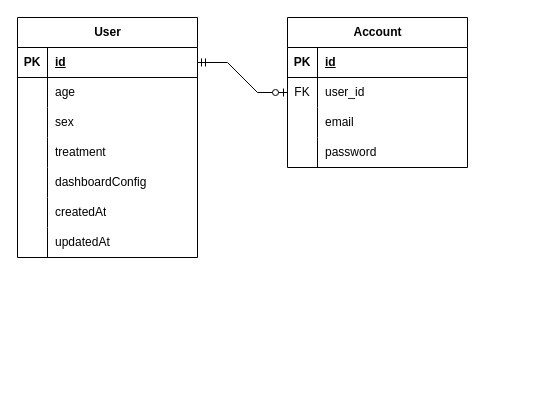
checkpoint214159/MGC2025 keeps this draw.io diagram as my-llm-app-demo/database_diagram.drawio. Above is the earlier version. Source tidied: cells renumbered, new cells numbered last; positions are measured from the earlier drawing's top-left corner, leaving out a move shared by most shapes. Both pictures are drawn from the tidied source at 100%, with x=0, y=0 at pixel (17, 17).
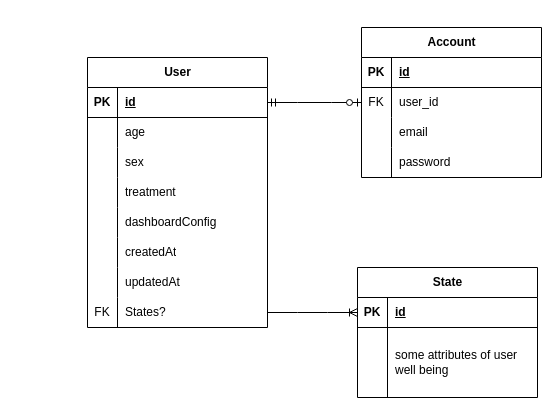
The same page after the edit.

What changed in the source:
```diff
@@
     <mxCell id="2" value="User" style="shape=table;startSize=30;childLayout=tableLayout;rowLines=0;fontStyle=1;align=center;html=1;" parent="1" vertex="1">
-      <mxGeometry width="180" height="240" as="geometry" />
+      <mxGeometry x="70" y="40" width="180" height="270" as="geometry" />
     </mxCell>
@@
+    <mxCell id="38" style="shape=tableRow;horizontal=0;startSize=0;swimlaneHead=0;swimlaneBody=0;fillColor=none;points=[[0,0.5],[1,0.5]];portConstraint=eastwest;top=0;left=0;right=0;bottom=0;" parent="2" vertex="1">
+      <mxGeometry y="240" width="180" height="30" as="geometry" />
+    </mxCell>
+    <mxCell id="39" value="FK" style="shape=partialRectangle;fillColor=none;top=0;left=0;bottom=0;right=0;overflow=hidden;whiteSpace=wrap;html=1;" parent="38" vertex="1">
+      <mxGeometry width="30" height="30" as="geometry" />
+    </mxCell>
+    <mxCell id="40" value="States?" style="shape=partialRectangle;fillColor=none;top=0;left=0;bottom=0;right=0;align=left;spacingLeft=6;overflow=hidden;whiteSpace=wrap;html=1;" parent="38" vertex="1">
+      <mxGeometry x="30" width="150" height="30" as="geometry" />
+    </mxCell>
     <mxCell id="24" value="Account" style="shape=table;startSize=30;childLayout=tableLayout;rowLines=0;fontStyle=1;align=center;html=1;" parent="1" vertex="1">
-      <mxGeometry x="270" width="180" height="150" as="geometry" />
+      <mxGeometry x="344" y="10" width="180" height="150" as="geometry" />
     </mxCell>
@@
+    <mxCell id="41" value="State" style="shape=table;startSize=30;childLayout=tableLayout;rowLines=0;fontStyle=1;align=center;html=1;" parent="1" vertex="1">
+      <mxGeometry x="340" y="250" width="180" height="130" as="geometry" />
+    </mxCell>
+    <mxCell id="42" style="shape=tableRow;horizontal=0;startSize=0;swimlaneHead=0;swimlaneBody=0;fillColor=none;points=[[0,0.5],[1,0.5]];portConstraint=eastwest;top=0;left=0;right=0;bottom=1;" parent="41" vertex="1">
+      <mxGeometry y="30" width="180" height="30" as="geometry" />
+    </mxCell>
+    <mxCell id="43" value="PK" style="shape=partialRectangle;fillColor=none;top=0;left=0;bottom=0;right=0;fontStyle=1;overflow=hidden;whiteSpace=wrap;html=1;" parent="42" vertex="1">
+      <mxGeometry width="30" height="30" as="geometry" />
+    </mxCell>
+    <mxCell id="44" value="id" style="shape=partialRectangle;fillColor=none;top=0;left=0;bottom=0;right=0;align=left;spacingLeft=6;fontStyle=5;overflow=hidden;whiteSpace=wrap;html=1;" parent="42" vertex="1">
+      <mxGeometry x="30" width="150" height="30" as="geometry" />
+    </mxCell>
+    <mxCell id="45" style="shape=tableRow;horizontal=0;startSize=0;swimlaneHead=0;swimlaneBody=0;fillColor=none;top=0;left=0;right=0;bottom=0;" parent="41" vertex="1">
+      <mxGeometry y="60" width="180" height="70" as="geometry" />
+    </mxCell>
+    <mxCell id="46" style="shape=partialRectangle;fillColor=none;top=0;left=0;bottom=0;right=0;overflow=hidden;whiteSpace=wrap;html=1;" parent="45" vertex="1">
+      <mxGeometry width="30" height="70" as="geometry" />
+    </mxCell>
+    <mxCell id="47" value="some attributes of user well being" style="shape=partialRectangle;fillColor=none;top=0;left=0;bottom=0;right=0;align=left;spacingLeft=6;overflow=hidden;whiteSpace=wrap;html=1;" parent="45" vertex="1">
+      <mxGeometry x="30" width="150" height="70" as="geometry" />
+    </mxCell>
+    <mxCell id="48" style="edgeStyle=entityRelationEdgeStyle;fontSize=12;html=1;endArrow=ERoneToMany;rounded=0;entryX=0;entryY=0.5;entryDx=0;entryDy=0;exitX=1;exitY=0.5;exitDx=0;exitDy=0;" parent="1" edge="1" source="38" target="42">
+      <mxGeometry relative="1" as="geometry" />
+    </mxCell>
```
